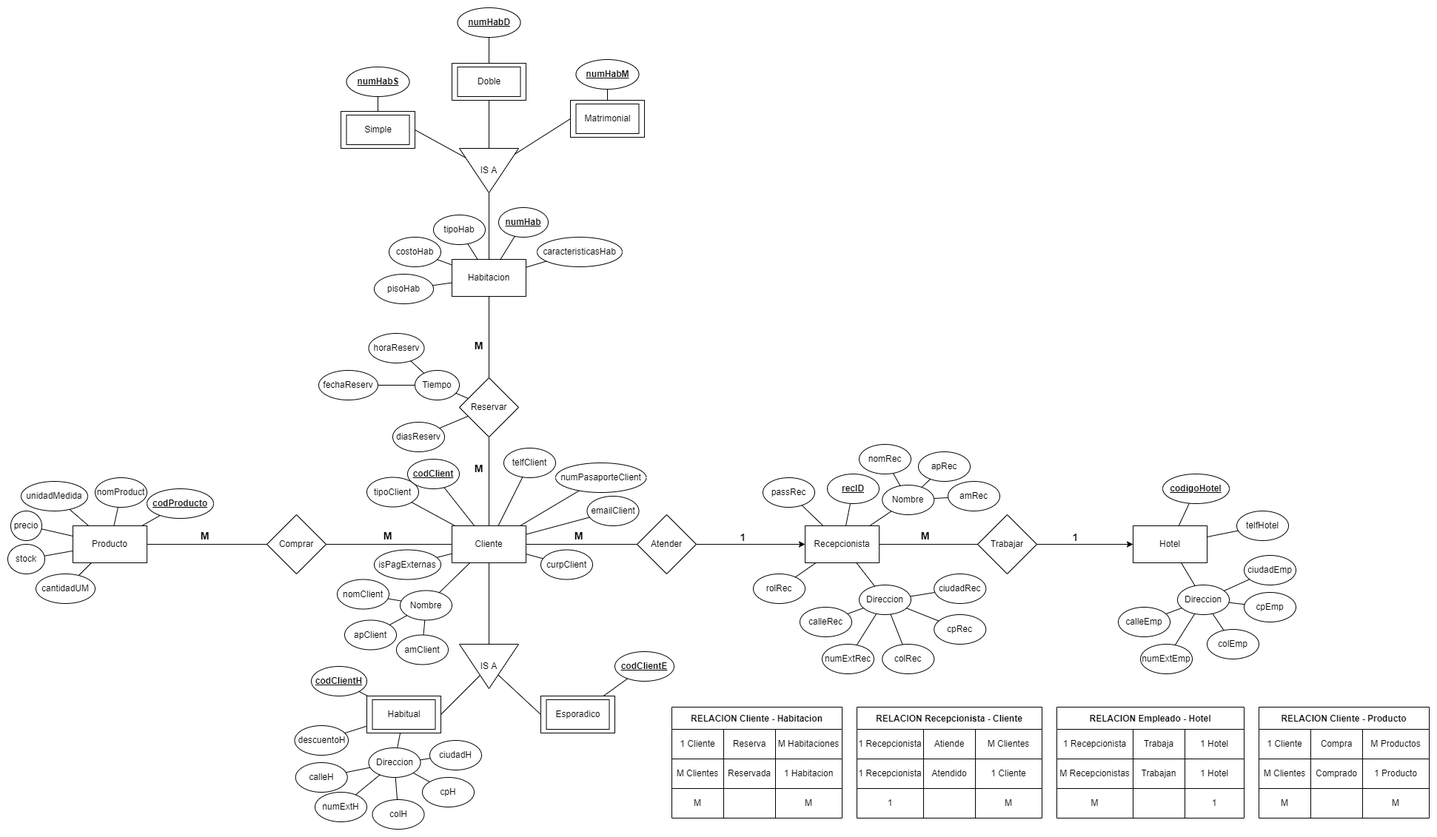
Before: diagrams/db_Hotel.png, a diagram exported from draw.io (AngelDavidLA03/Reserva-Hotel). Source tidied: cells renumbered, new cells last; positions are measured from the earlier drawing's top-left corner, leaving out a move shared by most shapes.
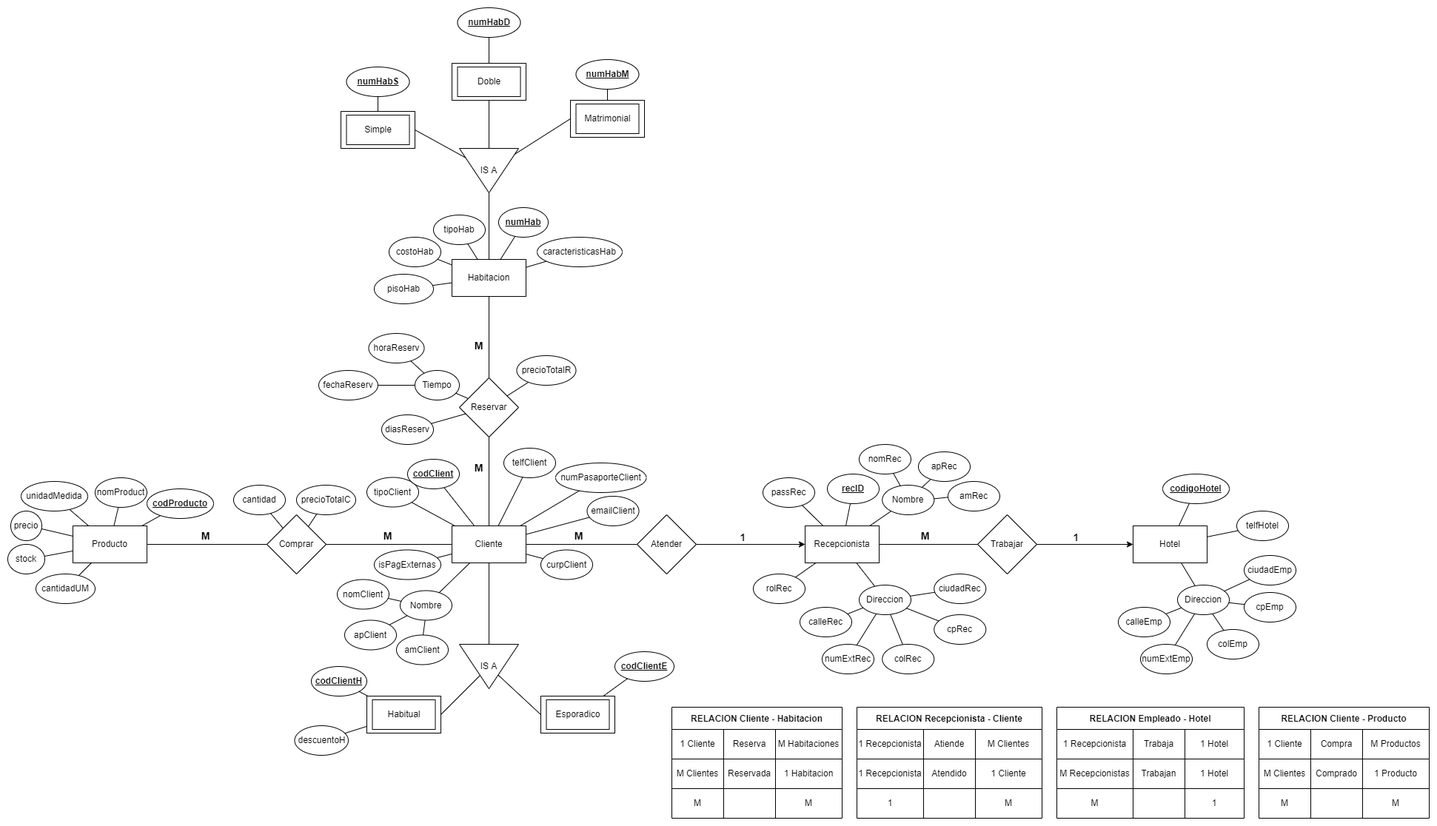
Later version of the same file.

What changed in the source:
```diff
@@ -211,7 +211,7 @@
       <mxGeometry x="610" y="860" width="80" height="60" as="geometry" />
     </mxCell>
     <mxCell id="70" value="diasReserv" style="ellipse;whiteSpace=wrap;html=1;" parent="1" vertex="1">
-      <mxGeometry x="520" y="560" width="70" height="40" as="geometry" />
+      <mxGeometry x="505" y="550" width="70" height="40" as="geometry" />
     </mxCell>
     <mxCell id="71" style="endArrow=none;html=1;rounded=0;" parent="1" edge="1" source="70" target="6">
       <mxGeometry relative="1" as="geometry" />
@@ -282,40 +282,16 @@
     <mxCell id="93" style="endArrow=none;html=1;rounded=0;" parent="1" edge="1" source="80" target="92">
       <mxGeometry relative="1" as="geometry" />
     </mxCell>
-    <mxCell id="94" value="&lt;span&gt;&lt;span&gt;Direccion&lt;/span&gt;&lt;/span&gt;" style="ellipse;whiteSpace=wrap;html=1;fontStyle=0;" parent="1" vertex="1">
-      <mxGeometry x="487.5" y="1000" width="70" height="40" as="geometry" />
-    </mxCell>
-    <mxCell id="95" value="&lt;span&gt;&lt;span&gt;calleH&lt;/span&gt;&lt;/span&gt;" style="ellipse;whiteSpace=wrap;html=1;fontStyle=0;" parent="1" vertex="1">
-      <mxGeometry x="388.8" y="1020" width="70" height="40" as="geometry" />
-    </mxCell>
-    <mxCell id="96" value="&lt;span&gt;&lt;span&gt;numExtH&lt;/span&gt;&lt;/span&gt;" style="ellipse;whiteSpace=wrap;html=1;fontStyle=0;" parent="1" vertex="1">
-      <mxGeometry x="415" y="1060" width="70" height="40" as="geometry" />
-    </mxCell>
-    <mxCell id="97" value="&lt;span&gt;&lt;span&gt;colH&lt;/span&gt;&lt;/span&gt;" style="ellipse;whiteSpace=wrap;html=1;fontStyle=0;" parent="1" vertex="1">
-      <mxGeometry x="492.5" y="1070" width="70" height="40" as="geometry" />
+    <mxCell id="97" value="&lt;span&gt;&lt;span&gt;cantidad&lt;/span&gt;&lt;/span&gt;" style="ellipse;whiteSpace=wrap;html=1;fontStyle=0;" parent="1" vertex="1">
+      <mxGeometry x="305" y="645" width="70" height="40" as="geometry" />
     </mxCell>
-    <mxCell id="98" value="&lt;span&gt;&lt;span&gt;cpH&lt;/span&gt;&lt;/span&gt;" style="ellipse;whiteSpace=wrap;html=1;fontStyle=0;" parent="1" vertex="1">
-      <mxGeometry x="560" y="1040" width="70" height="40" as="geometry" />
+    <mxCell id="98" value="&lt;span&gt;&lt;span&gt;precioTotalC&lt;/span&gt;&lt;/span&gt;" style="ellipse;whiteSpace=wrap;html=1;fontStyle=0;" parent="1" vertex="1">
+      <mxGeometry x="390" y="645" width="80" height="40" as="geometry" />
     </mxCell>
-    <mxCell id="99" value="&lt;span&gt;&lt;span&gt;ciudadH&lt;/span&gt;&lt;/span&gt;" style="ellipse;whiteSpace=wrap;html=1;fontStyle=0;" parent="1" vertex="1">
-      <mxGeometry x="570" y="990" width="70" height="40" as="geometry" />
-    </mxCell>
-    <mxCell id="100" style="endArrow=none;html=1;rounded=0;" parent="1" edge="1" source="80" target="94">
-      <mxGeometry relative="1" as="geometry" />
-    </mxCell>
-    <mxCell id="101" style="endArrow=none;html=1;rounded=0;" parent="1" edge="1" source="94" target="97">
+    <mxCell id="101" style="endArrow=none;html=1;rounded=0;" parent="1" edge="1" source="189" target="97">
       <mxGeometry relative="1" as="geometry" />
     </mxCell>
-    <mxCell id="102" style="endArrow=none;html=1;rounded=0;" parent="1" edge="1" source="94" target="96">
-      <mxGeometry relative="1" as="geometry" />
-    </mxCell>
-    <mxCell id="103" style="endArrow=none;html=1;rounded=0;" parent="1" edge="1" source="94" target="95">
-      <mxGeometry relative="1" as="geometry" />
-    </mxCell>
-    <mxCell id="104" style="endArrow=none;html=1;rounded=0;" parent="1" edge="1" source="94" target="99">
-      <mxGeometry relative="1" as="geometry" />
-    </mxCell>
-    <mxCell id="105" style="endArrow=none;html=1;rounded=0;" parent="1" edge="1" source="94" target="98">
+    <mxCell id="105" style="endArrow=none;html=1;rounded=0;" parent="1" edge="1" source="189" target="98">
       <mxGeometry relative="1" as="geometry" />
     </mxCell>
     <mxCell id="106" value="Recepcionista" style="whiteSpace=wrap;html=1;" parent="1" vertex="1">
@@ -681,5 +657,11 @@
     <mxCell id="222" style="endArrow=none;html=1;rounded=0;" parent="209" edge="1" source="211" target="210">
       <mxGeometry relative="1" as="geometry" />
     </mxCell>
+    <mxCell id="223" value="&lt;span&gt;&lt;span&gt;precioTotalR&lt;/span&gt;&lt;/span&gt;" style="ellipse;whiteSpace=wrap;html=1;fontStyle=0;" parent="1" vertex="1">
+      <mxGeometry x="687.5" y="470" width="80" height="40" as="geometry" />
+    </mxCell>
+    <mxCell id="224" style="endArrow=none;html=1;rounded=0;" parent="1" edge="1" source="6" target="223">
+      <mxGeometry relative="1" as="geometry" />
+    </mxCell>
   </root>
 </mxGraphModel>
```
